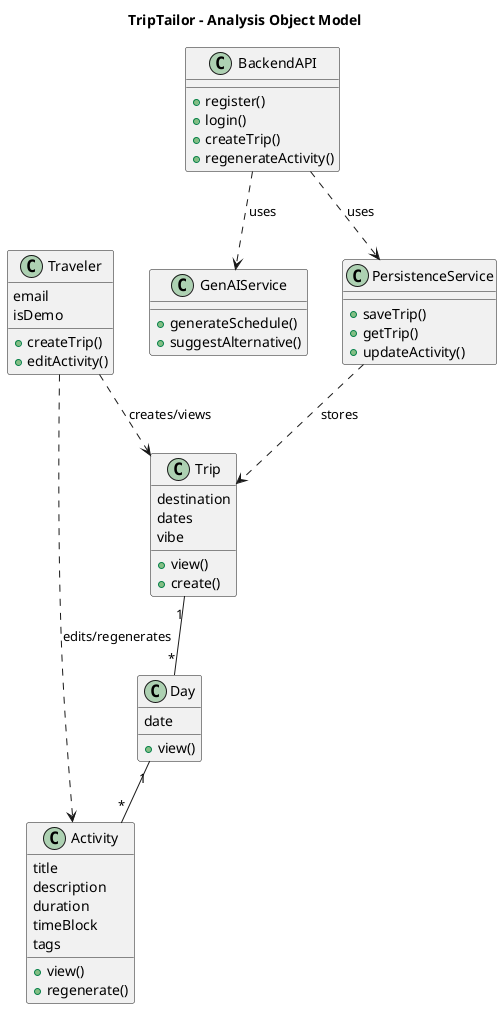
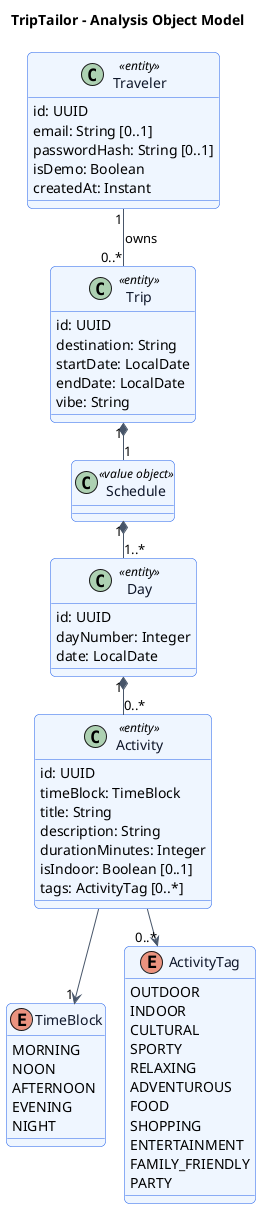
@startuml analysis-object-model
+ !pragma layout smetana
title TripTailor - Analysis Object Model

- class Trip {
-   destination
-   dates
-   vibe
-   + view()
-   + create()
+ skinparam backgroundColor #FFFFFF
+ skinparam shadowing false
+ skinparam roundCorner 10
+ skinparam defaultFontName Arial
+ skinparam ArrowColor #475569
+ skinparam class {
+   BackgroundColor #EFF6FF
+   BorderColor #2563EB
+   FontColor #0F172A
}

- class Day {
-   date
-   + view()
+ class Traveler <<entity>> {
+   id: UUID
+   email: String [0..1]
+   passwordHash: String [0..1]
+   isDemo: Boolean
+   createdAt: Instant
}

- class Activity {
-   title
-   description
-   duration
-   timeBlock
-   tags
-   + view()
-   + regenerate()
+ class Trip <<entity>> {
+   id: UUID
+   destination: String
+   startDate: LocalDate
+   endDate: LocalDate
+   vibe: String
}

- class Traveler {
-   email
-   isDemo
-   + createTrip()
-   + editActivity()
+ class Schedule <<value object>>
+ 
+ class Day <<entity>> {
+   id: UUID
+   dayNumber: Integer
+   date: LocalDate
}

- class BackendAPI {
-   + register()
-   + login()
-   + createTrip()
-   + regenerateActivity()
+ class Activity <<entity>> {
+   id: UUID
+   timeBlock: TimeBlock
+   title: String
+   description: String
+   durationMinutes: Integer
+   isIndoor: Boolean [0..1]
+   tags: ActivityTag [0..*]
}

- class GenAIService {
-   + generateSchedule()
-   + suggestAlternative()
+ enum TimeBlock {
+   MORNING
+   NOON
+   AFTERNOON
+   EVENING
+   NIGHT
}

- class PersistenceService {
-   + saveTrip()
-   + getTrip()
-   + updateActivity()
+ enum ActivityTag {
+   OUTDOOR
+   INDOOR
+   CULTURAL
+   SPORTY
+   RELAXING
+   ADVENTUROUS
+   FOOD
+   SHOPPING
+   ENTERTAINMENT
+   FAMILY_FRIENDLY
+   PARTY
}

- Trip "1" -- "*" Day
- Day "1" -- "*" Activity
- 
- Traveler ..> Trip : creates/views
- Traveler ..> Activity : edits/regenerates
- 
- BackendAPI ..> GenAIService : uses
- BackendAPI ..> PersistenceService : uses
- PersistenceService ..> Trip : stores
+ Traveler "1" -- "0..*" Trip : owns >
+ Trip "1" *-- "1" Schedule
+ Schedule "1" *-- "1..*" Day
+ Day "1" *-- "0..*" Activity
+ Activity --> "1" TimeBlock
+ Activity --> "0..*" ActivityTag

@enduml
